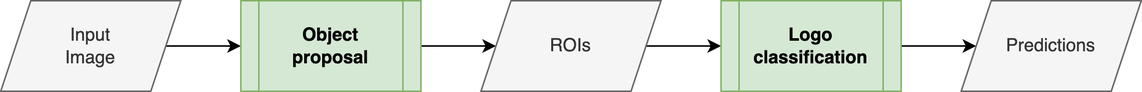
Earlier version of the draw.io export images/pipeline.drawio.png (gianlucagiudice/MasterThesis-logo_detection_recognition). Source tidied: cells renumbered, new cells last; positions are measured from the earlier drawing's top-left corner, leaving out a move shared by most shapes. The source it was exported from:
```xml
<mxGraphModel>
  <root>
    <mxCell id="0" />
    <mxCell id="1" parent="0" />
    <mxCell id="2" style="edgeStyle=orthogonalEdgeStyle;rounded=0;jettySize=auto;html=1;exitX=1;exitY=0.5;exitDx=0;exitDy=0;entryX=0;entryY=0.5;entryDx=0;entryDy=0;" parent="1" edge="1" source="3" target="5">
      <mxGeometry relative="1" as="geometry" />
    </mxCell>
    <mxCell id="3" value="Input&lt;br&gt;Image" style="shape=parallelogram;perimeter=parallelogramPerimeter;whiteSpace=wrap;html=1;fixedSize=1;fillColor=#f5f5f5;fontColor=#333333;strokeColor=#666666;" parent="1" vertex="1">
      <mxGeometry width="120" height="60" as="geometry" />
    </mxCell>
    <mxCell id="4" style="edgeStyle=orthogonalEdgeStyle;rounded=0;jettySize=auto;html=1;exitX=1;exitY=0.5;exitDx=0;exitDy=0;entryX=0;entryY=0.5;entryDx=0;entryDy=0;" parent="1" edge="1" source="5" target="7">
      <mxGeometry relative="1" as="geometry" />
    </mxCell>
    <mxCell id="5" value="Object&lt;br&gt;proposal" style="shape=process;whiteSpace=wrap;html=1;backgroundOutline=1;fillColor=#d5e8d4;strokeColor=#82b366;fontStyle=1;" parent="1" vertex="1">
      <mxGeometry x="160" width="120" height="60" as="geometry" />
    </mxCell>
    <mxCell id="6" style="edgeStyle=orthogonalEdgeStyle;rounded=0;jettySize=auto;html=1;exitX=1;exitY=0.5;exitDx=0;exitDy=0;entryX=0;entryY=0.5;entryDx=0;entryDy=0;" parent="1" edge="1" source="7" target="9">
      <mxGeometry relative="1" as="geometry" />
    </mxCell>
    <mxCell id="7" value="ROIs" style="shape=parallelogram;perimeter=parallelogramPerimeter;whiteSpace=wrap;html=1;fixedSize=1;fillColor=#f5f5f5;fontColor=#333333;strokeColor=#666666;" parent="1" vertex="1">
      <mxGeometry x="320" width="120" height="60" as="geometry" />
    </mxCell>
    <mxCell id="8" style="edgeStyle=orthogonalEdgeStyle;rounded=0;jettySize=auto;html=1;exitX=1;exitY=0.5;exitDx=0;exitDy=0;entryX=0;entryY=0.5;entryDx=0;entryDy=0;" parent="1" edge="1" source="9" target="10">
      <mxGeometry relative="1" as="geometry" />
    </mxCell>
    <mxCell id="9" value="Logo&lt;br&gt;classification" style="shape=process;whiteSpace=wrap;html=1;backgroundOutline=1;fillColor=#d5e8d4;strokeColor=#82b366;fontStyle=1;" parent="1" vertex="1">
      <mxGeometry x="480" width="120" height="60" as="geometry" />
    </mxCell>
    <mxCell id="10" value="Predictions" style="shape=parallelogram;perimeter=parallelogramPerimeter;whiteSpace=wrap;html=1;fixedSize=1;fillColor=#f5f5f5;fontColor=#333333;strokeColor=#666666;" parent="1" vertex="1">
      <mxGeometry x="640" width="120" height="60" as="geometry" />
    </mxCell>
  </root>
</mxGraphModel>
```
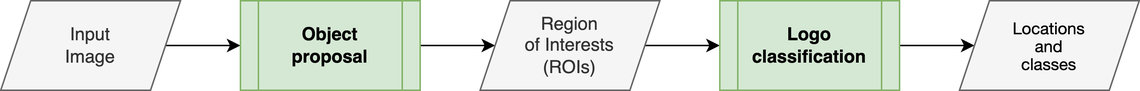
Above is the later version.

Diff of the diagram source:
```diff
@@ -17,7 +17,7 @@
     <mxCell id="6" style="edgeStyle=orthogonalEdgeStyle;rounded=0;jettySize=auto;html=1;exitX=1;exitY=0.5;exitDx=0;exitDy=0;entryX=0;entryY=0.5;entryDx=0;entryDy=0;" parent="1" edge="1" source="7" target="9">
       <mxGeometry relative="1" as="geometry" />
     </mxCell>
-    <mxCell id="7" value="ROIs" style="shape=parallelogram;perimeter=parallelogramPerimeter;whiteSpace=wrap;html=1;fixedSize=1;fillColor=#f5f5f5;fontColor=#333333;strokeColor=#666666;" parent="1" vertex="1">
+    <mxCell id="7" value="Region&lt;br&gt;of Interests&lt;br&gt;(ROIs)" style="shape=parallelogram;perimeter=parallelogramPerimeter;whiteSpace=wrap;html=1;fixedSize=1;fillColor=#f5f5f5;fontColor=#333333;strokeColor=#666666;align=center;" parent="1" vertex="1">
       <mxGeometry x="320" width="120" height="60" as="geometry" />
     </mxCell>
     <mxCell id="8" style="edgeStyle=orthogonalEdgeStyle;rounded=0;jettySize=auto;html=1;exitX=1;exitY=0.5;exitDx=0;exitDy=0;entryX=0;entryY=0.5;entryDx=0;entryDy=0;" parent="1" edge="1" source="9" target="10">
@@ -26,7 +26,7 @@
     <mxCell id="9" value="Logo&lt;br&gt;classification" style="shape=process;whiteSpace=wrap;html=1;backgroundOutline=1;fillColor=#d5e8d4;strokeColor=#82b366;fontStyle=1;" parent="1" vertex="1">
       <mxGeometry x="480" width="120" height="60" as="geometry" />
     </mxCell>
-    <mxCell id="10" value="Predictions" style="shape=parallelogram;perimeter=parallelogramPerimeter;whiteSpace=wrap;html=1;fixedSize=1;fillColor=#f5f5f5;fontColor=#333333;strokeColor=#666666;" parent="1" vertex="1">
+    <mxCell id="10" value="&lt;p style=&quot;margin: 0px; font-variant-numeric: normal; font-variant-east-asian: normal; font-stretch: normal; font-size: 11px; line-height: normal; font-family: &amp;quot;Helvetica Neue&amp;quot;; color: rgb(0, 0, 0);&quot; class=&quot;p1&quot;&gt;Locations&lt;/p&gt;&lt;p style=&quot;margin: 0px; font-variant-numeric: normal; font-variant-east-asian: normal; font-stretch: normal; font-size: 11px; line-height: normal; font-family: &amp;quot;Helvetica Neue&amp;quot;; color: rgb(0, 0, 0);&quot; class=&quot;p1&quot;&gt;and&lt;/p&gt;&lt;p style=&quot;margin: 0px; font-variant-numeric: normal; font-variant-east-asian: normal; font-stretch: normal; font-size: 11px; line-height: normal; font-family: &amp;quot;Helvetica Neue&amp;quot;; color: rgb(0, 0, 0);&quot; class=&quot;p1&quot;&gt;classes&lt;/p&gt;" style="shape=parallelogram;perimeter=parallelogramPerimeter;whiteSpace=wrap;html=1;fixedSize=1;fillColor=#f5f5f5;fontColor=#333333;strokeColor=#666666;align=center;" parent="1" vertex="1">
       <mxGeometry x="640" width="120" height="60" as="geometry" />
     </mxCell>
   </root>
```
